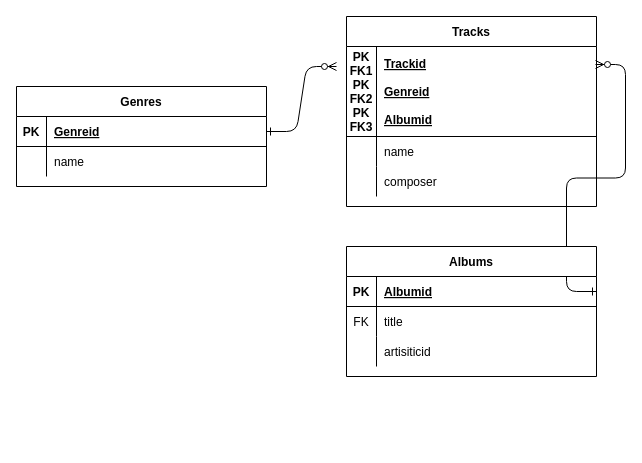
The draw.io diagram Untitled Diagram.drawio in Paiseley629/Assignment_1, before the edit. Source tidied: cells renumbered, new cells numbered last; positions are measured from the earlier drawing's top-left corner, leaving out a move shared by most shapes. Both pictures are drawn from the tidied source at 100%, with x=0, y=0 at pixel (16, 16).
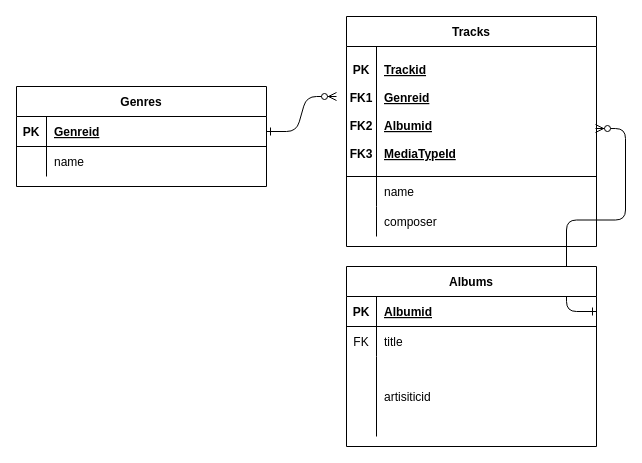
The same page after the edit.

The change refers to these unchanged cells:
```xml
<mxCell id="16" style="shape=partialRectangle;fillColor=none;points=[[0,0.5],[1,0.5]];portConstraint=eastwest;top=0;left=0;right=0;bottom=1;" parent="15" vertex="1">
  <mxGeometry y="30" width="250" height="30" as="geometry" />
</mxCell>
<mxCell id="26" style="shape=partialRectangle;fillColor=none;points=[[0,0.5],[1,0.5]];portConstraint=eastwest;top=0;left=0;right=0;bottom=1;" parent="25" vertex="1">
  <mxGeometry y="30" width="250" height="30" as="geometry" />
</mxCell>
```

The edit, as a diff of the source:
```diff
@@
-    <mxCell id="2" style="edgeStyle=entityRelationEdgeStyle;endArrow=ERzeroToMany;startArrow=ERone;endFill=1;startFill=0;entryX=0.996;entryY=0.2;entryDx=0;entryDy=0;entryPerimeter=0;exitX=1;exitY=0.5;exitDx=0;exitDy=0;" parent="1" edge="1" source="16" target="5">
+    <mxCell id="2" style="edgeStyle=entityRelationEdgeStyle;endArrow=ERzeroToMany;startArrow=ERone;endFill=1;startFill=0;entryX=0.996;entryY=0.631;entryDx=0;entryDy=0;entryPerimeter=0;exitX=1;exitY=0.5;exitDx=0;exitDy=0;" parent="1" edge="1" source="16" target="5">
       <mxGeometry relative="1" as="geometry" />
     </mxCell>
     <mxCell id="3" style="edgeStyle=entityRelationEdgeStyle;endArrow=ERzeroToMany;startArrow=ERone;endFill=1;startFill=0;" parent="1" edge="1" source="26">
       <mxGeometry relative="1" as="geometry">
-        <mxPoint x="320" y="50" as="targetPoint" />
+        <mxPoint x="320" y="80" as="targetPoint" />
       </mxGeometry>
     </mxCell>
     <mxCell id="4" value="Tracks" style="shape=table;startSize=30;childLayout=tableLayout;rowLines=0;fontStyle=1;align=center;" parent="1" vertex="1">
-      <mxGeometry x="330" width="250" height="190" as="geometry" />
+      <mxGeometry x="330" width="250" height="230" as="geometry" />
     </mxCell>
     <mxCell id="5" style="shape=partialRectangle;fillColor=none;points=[[0,0.5],[1,0.5]];portConstraint=eastwest;top=0;left=0;right=0;bottom=1;" parent="4" vertex="1">
-      <mxGeometry y="30" width="250" height="90" as="geometry" />
+      <mxGeometry y="30" width="250" height="130" as="geometry" />
     </mxCell>
-    <mxCell id="6" value="PK&#10;FK1&#10;PK&#10;FK2&#10;PK&#10;FK3" style="shape=partialRectangle;overflow=hidden;fillColor=none;top=0;left=0;bottom=0;right=0;fontStyle=1;" parent="5" vertex="1">
-      <mxGeometry width="30" height="90" as="geometry" />
+    <mxCell id="6" value="PK&#10;&#10;FK1&#10;&#10;FK2&#10;&#10;FK3" style="shape=partialRectangle;overflow=hidden;fillColor=none;top=0;left=0;bottom=0;right=0;fontStyle=1;" parent="5" vertex="1">
+      <mxGeometry width="30" height="130" as="geometry" />
     </mxCell>
-    <mxCell id="7" value="Trackid&#10;&#10;Genreid&#10;&#10;Albumid" style="shape=partialRectangle;overflow=hidden;fillColor=none;top=0;left=0;bottom=0;right=0;align=left;spacingLeft=6;fontStyle=5;strokeWidth=1;" parent="5" vertex="1">
-      <mxGeometry x="30" width="220" height="90" as="geometry" />
+    <mxCell id="7" value="Trackid&#10;&#10;Genreid&#10;&#10;Albumid&#10;&#10;MediaTypeId" style="shape=partialRectangle;overflow=hidden;fillColor=none;top=0;left=0;bottom=0;right=0;align=left;spacingLeft=6;fontStyle=5;strokeWidth=1;" parent="5" vertex="1">
+      <mxGeometry x="30" width="220" height="130" as="geometry" />
     </mxCell>
     <mxCell id="8" style="shape=partialRectangle;fillColor=none;top=0;left=0;right=0;bottom=0;" parent="4" vertex="1">
-      <mxGeometry y="120" width="250" height="30" as="geometry" />
+      <mxGeometry y="160" width="250" height="30" as="geometry" />
     </mxCell>
@@
     <mxCell id="11" style="shape=partialRectangle;fillColor=none;top=0;left=0;right=0;bottom=0;" parent="4" vertex="1">
-      <mxGeometry y="150" width="250" height="30" as="geometry" />
+      <mxGeometry y="190" width="250" height="30" as="geometry" />
     </mxCell>
@@
     <mxCell id="15" value="Albums" style="shape=table;startSize=30;childLayout=tableLayout;rowLines=0;fontStyle=1;align=center;" parent="1" vertex="1">
-      <mxGeometry x="330" y="230" width="250" height="130" as="geometry" />
+      <mxGeometry x="330" y="250" width="250" height="180" as="geometry" />
     </mxCell>
@@
     <mxCell id="22" style="shape=partialRectangle;fillColor=none;top=0;left=0;right=0;bottom=0;" parent="15" vertex="1">
-      <mxGeometry y="90" width="250" height="30" as="geometry" />
+      <mxGeometry y="90" width="250" height="80" as="geometry" />
     </mxCell>
     <mxCell id="23" style="shape=partialRectangle;overflow=hidden;fillColor=none;top=0;left=0;bottom=0;right=0;" parent="22" vertex="1">
-      <mxGeometry width="30" height="30" as="geometry" />
+      <mxGeometry width="30" height="80" as="geometry" />
     </mxCell>
     <mxCell id="24" value="artisiticid" style="shape=partialRectangle;overflow=hidden;fillColor=none;top=0;left=0;bottom=0;right=0;align=left;spacingLeft=6;" parent="22" vertex="1">
-      <mxGeometry x="30" width="220" height="30" as="geometry" />
+      <mxGeometry x="30" width="220" height="80" as="geometry" />
     </mxCell>
```
